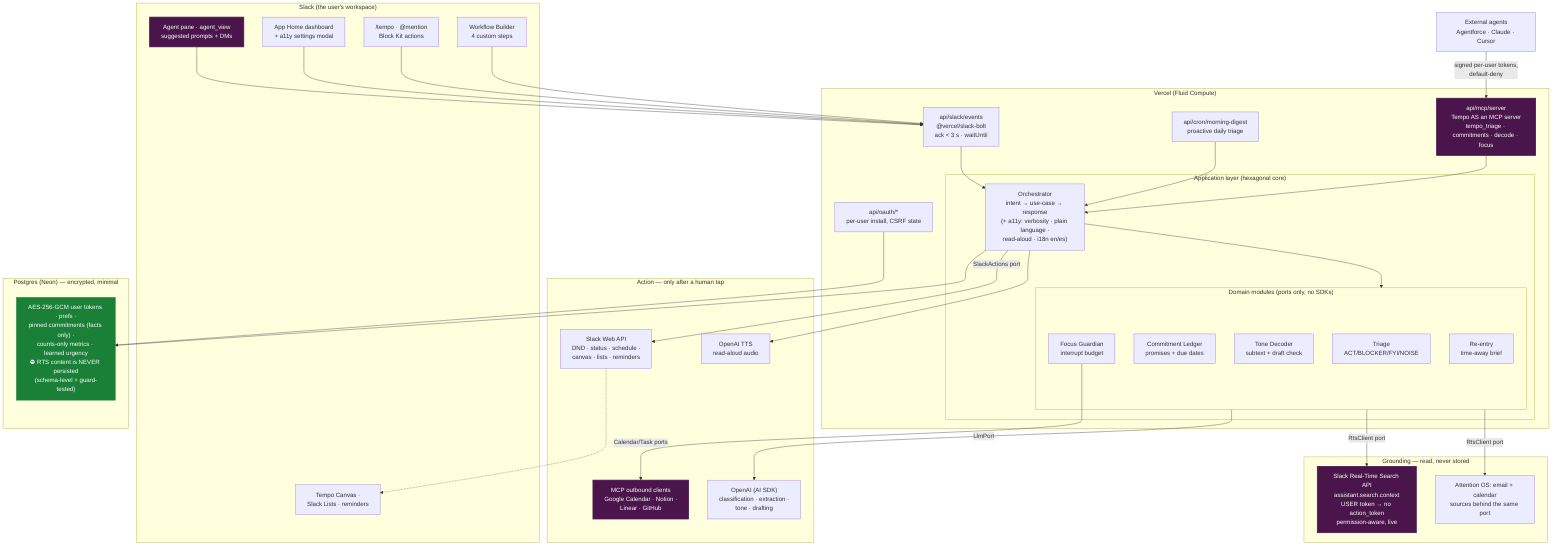
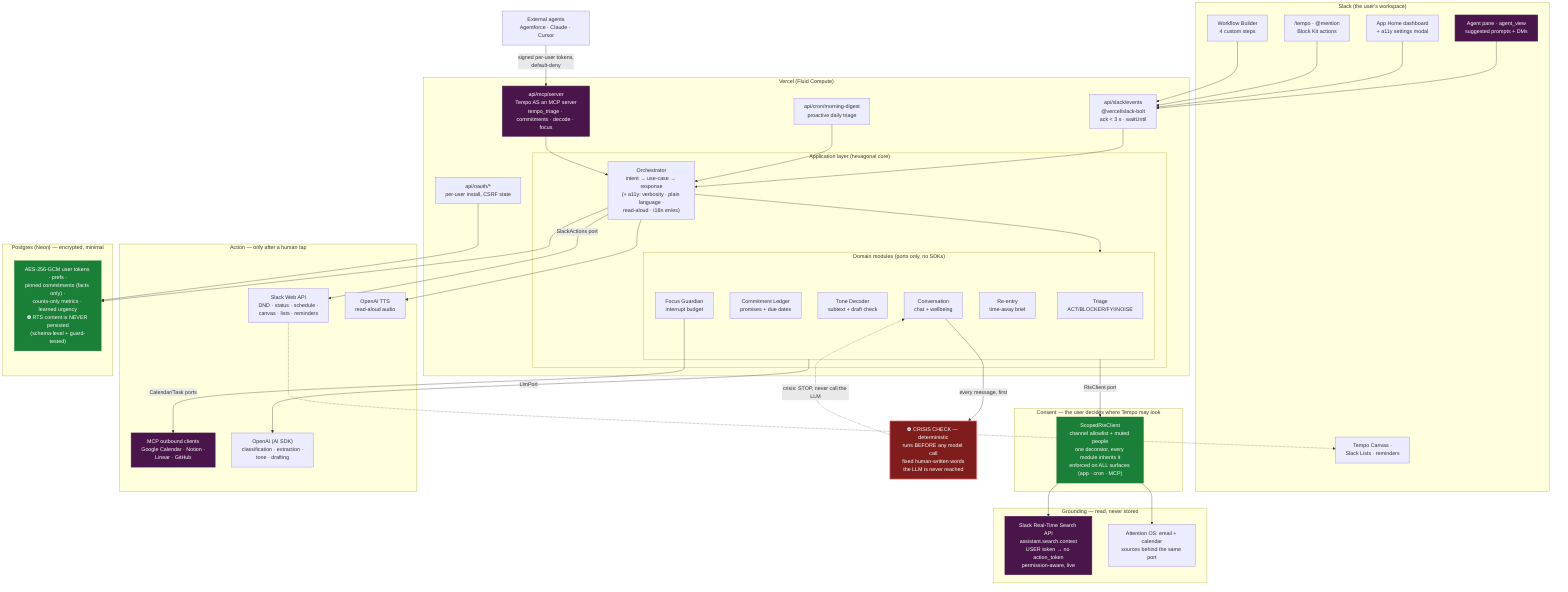
%% Tempo — architecture diagram (Devpost submission asset)
%% Render: npx -y @mermaid-js/mermaid-cli -i docs/architecture.mmd -o docs/architecture.png -c docs/mermaid.json -b '#0d1117' -w 2200 -s 2
%% The three required technologies are the highlighted nodes: RTS API, MCP (both directions), Slack AI surfaces.
flowchart TB
    subgraph SLACK["Slack (the user's workspace)"]
        AGENT["Agent pane · agent_view<br/>suggested prompts + DMs"]
        HOME["App Home dashboard<br/>+ a11y settings modal"]
        CMD["/tempo · @mention<br/>Block Kit actions"]
        WF["Workflow Builder<br/>4 custom steps"]
        CANVAS["Tempo Canvas ·<br/>Slack Lists · reminders"]
    end

    subgraph VERCEL["Vercel (Fluid Compute)"]
        EVENTS["api/slack/events<br/>@vercel/slack-bolt<br/>ack &lt; 3 s · waitUntil"]
        CRON["api/cron/morning-digest<br/>proactive daily triage"]
        OAUTH["api/oauth/*<br/>per-user install, CSRF state"]
        MCPIN["api/mcp/server<br/>Tempo AS an MCP server<br/>tempo_triage · commitments · decode · focus"]

        subgraph APP["Application layer (hexagonal core)"]
            ORCH["Orchestrator<br/>intent → use-case → response<br/>(+ a11y: verbosity · plain language ·<br/>read-aloud · i18n en/es)"]
            subgraph MODULES["Domain modules (ports only, no SDKs)"]
                TRIAGE["Triage<br/>ACT/BLOCKER/FYI/NOISE"]
                LEDGER["Commitment Ledger<br/>promises + due dates"]
                TONE["Tone Decoder<br/>subtext + draft check"]
                FOCUS["Focus Guardian<br/>interrupt budget"]
                REENTRY["Re-entry<br/>time-away brief"]
+                 CONVERSE["Conversation<br/>chat + wellbeing"]
            end
        end
+     end
+ 
+     SAFETY["⛔ CRISIS CHECK — deterministic<br/>runs BEFORE any model call<br/>fixed human-written words<br/>the LLM is never reached"]
+ 
+     subgraph CONSENT["Consent — the user decides where Tempo may look"]
+         SCOPE["ScopedRtsClient<br/>channel allowlist + muted people<br/>one decorator, every module inherits it<br/>enforced on ALL surfaces (app · cron · MCP)"]
    end

    subgraph GROUND["Grounding — read, never stored"]
        RTS["Slack Real-Time Search API<br/>assistant.search.context<br/>USER token → no action_token<br/>permission-aware, live"]
        MULTI["Attention OS: email + calendar<br/>sources behind the same port"]
    end

    subgraph ACT["Action — only after a human tap"]
        WEBAPI["Slack Web API<br/>DND · status · schedule ·<br/>canvas · lists · reminders"]
        MCPOUT["MCP outbound clients<br/>Google Calendar · Notion ·<br/>Linear · GitHub"]
        LLM["OpenAI (AI SDK)<br/>classification · extraction ·<br/>tone · drafting"]
        TTS["OpenAI TTS<br/>read-aloud audio"]
    end

    subgraph STORE["Postgres (Neon) — encrypted, minimal"]
        DB["AES-256-GCM user tokens · prefs ·<br/>pinned commitments (facts only) ·<br/>counts-only metrics · learned urgency<br/>⛔ RTS content is NEVER persisted<br/>(schema-level + guard-tested)"]
    end

    EXT["External agents<br/>Agentforce · Claude · Cursor"] -->|"signed per-user tokens,<br/>default-deny"| MCPIN

    AGENT & HOME & CMD & WF --> EVENTS
    EVENTS --> ORCH
    CRON --> ORCH
    MCPIN --> ORCH
    OAUTH --> DB
    ORCH --> MODULES
-     MODULES -->|RtsClient port| RTS
-     MODULES -->|RtsClient port| MULTI
+     CONVERSE -->|"every message, first"| SAFETY
+     SAFETY -.->|"crisis: STOP, never call the LLM"| CONVERSE
+     MODULES -->|RtsClient port| SCOPE
+     SCOPE --> RTS
+     SCOPE --> MULTI
    MODULES -->|LlmPort| LLM
    FOCUS -->|Calendar/Task ports| MCPOUT
    ORCH -->|SlackActions port| WEBAPI
    ORCH --> TTS
    ORCH --> DB
    WEBAPI -.-> CANVAS

    classDef tech fill:#4A154B,stroke:#4A154B,color:#fff,stroke-width:2px
    classDef privacy fill:#1a7f37,stroke:#1a7f37,color:#fff
+     classDef safety fill:#7f1d1d,stroke:#f87171,color:#fff,stroke-width:2px
    class RTS,MCPIN,MCPOUT,AGENT tech
-     class DB privacy
+     class DB,SCOPE privacy
+     class SAFETY safety
